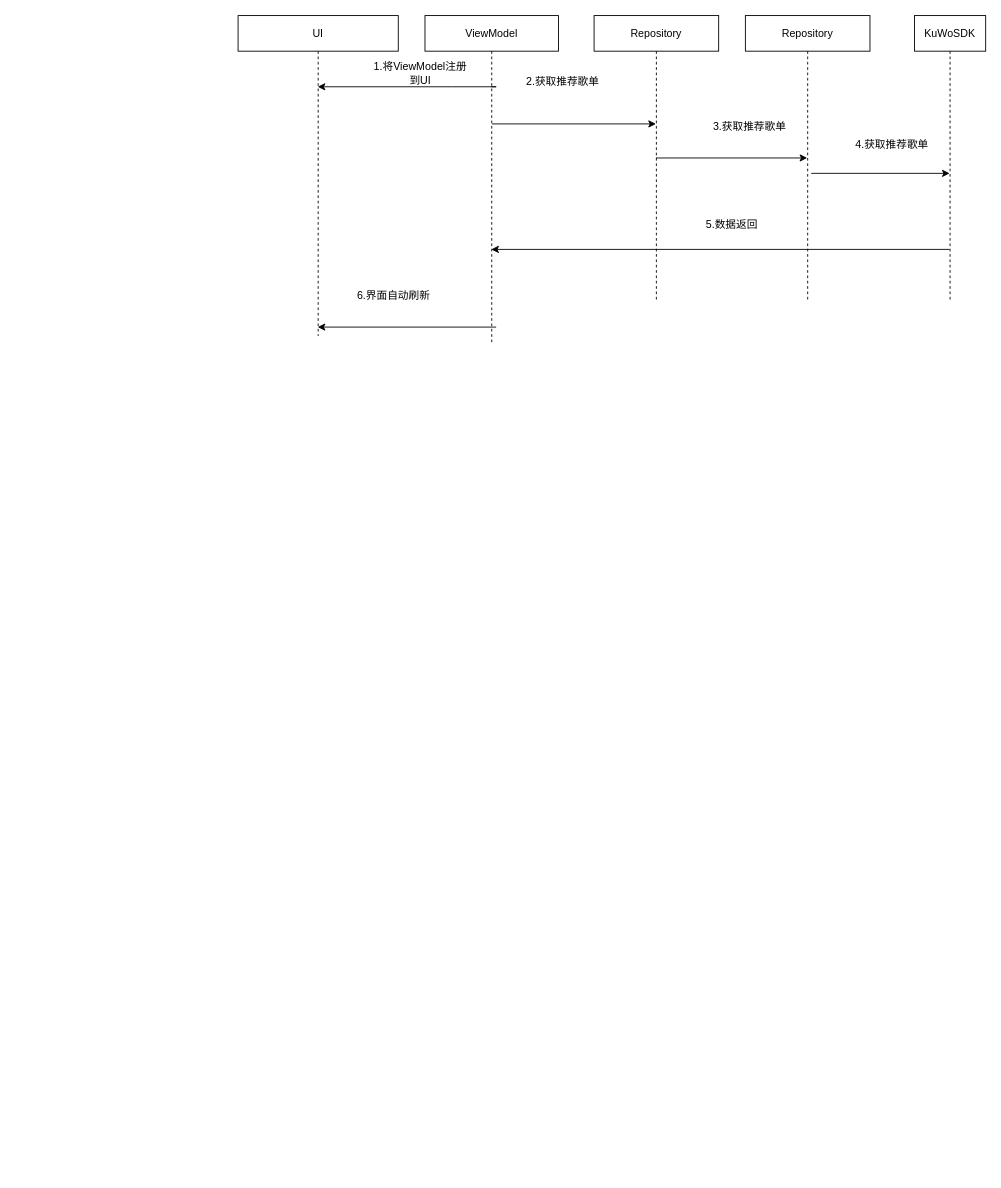
Before: Untitled Diagram.drawio in hulixia1992/lixia.hu, a draw.io diagram. Source tidied: cells renumbered, new cells numbered last; positions are measured from the earlier drawing's top-left corner, leaving out a move shared by most shapes. Both pictures are drawn from the tidied source at 89%, with x=0, y=0 at pixel (238, 15).
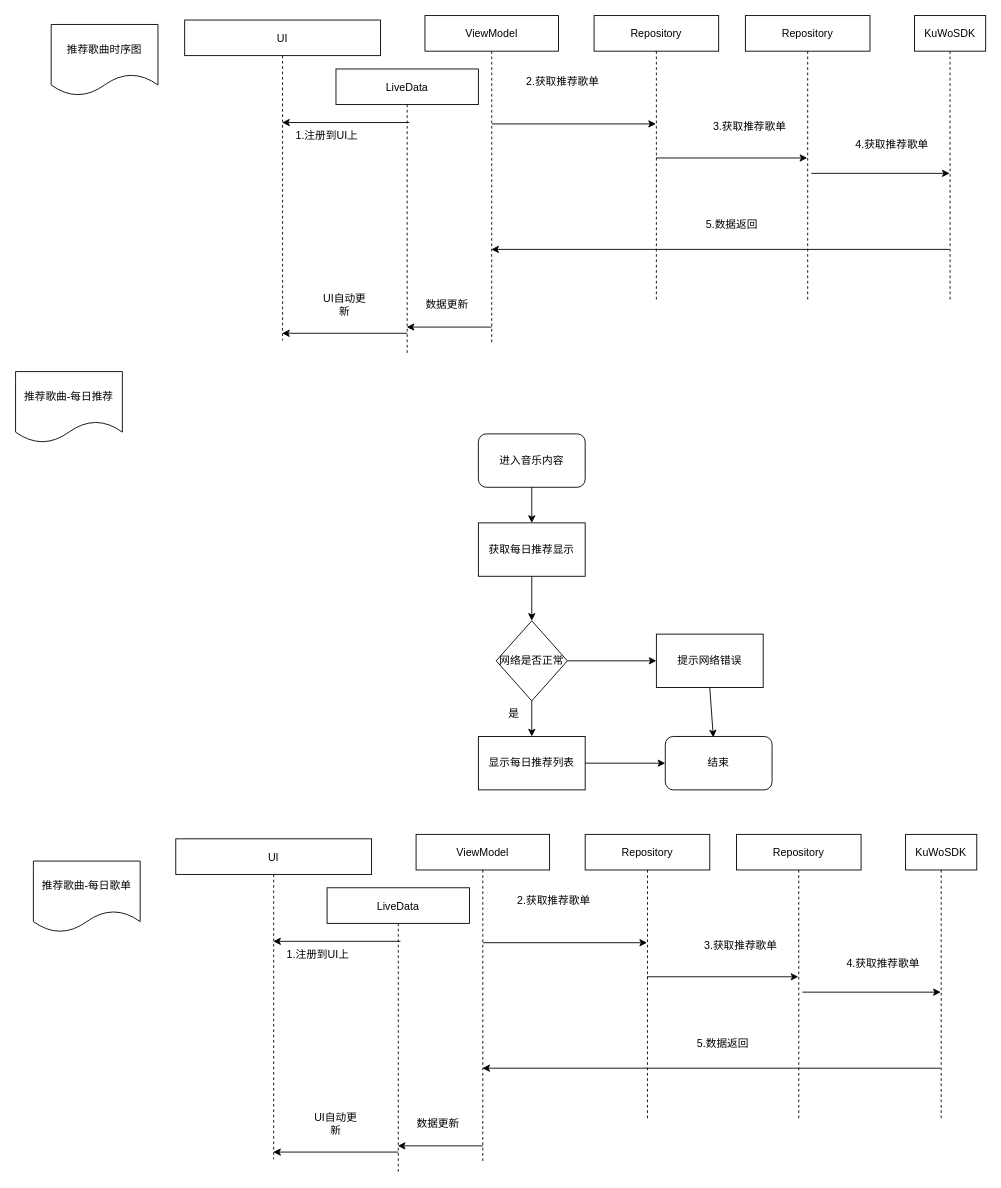
The same diagram, later.

Commit message:
添加每日歌单流程图与时序图

The change refers to these unchanged cells:
```xml
<mxCell id="5" value="ViewModel" style="shape=umlLifeline;perimeter=lifelinePerimeter;rounded=0;shadow=0;strokeWidth=1;" parent="1" vertex="1">
  <mxGeometry x="210" width="150" height="370" as="geometry" />
</mxCell>
```

The edit, as a diff of the source:
```diff
@@
     <mxCell id="2" value="UI" style="shape=umlLifeline;perimeter=lifelinePerimeter;rounded=0;shadow=0;strokeWidth=1;" parent="1" vertex="1">
-      <mxGeometry width="180" height="360" as="geometry" />
+      <mxGeometry x="-60" y="5" width="220" height="360" as="geometry" />
     </mxCell>
-    <mxCell id="3" value="1.将ViewModel注册到UI" style="text;html=1;strokeColor=none;fillColor=none;align=center;verticalAlign=middle;whiteSpace=wrap;rounded=0;" parent="2" vertex="1">
-      <mxGeometry x="150" y="50" width="110" height="30" as="geometry" />
-    </mxCell>
-    <mxCell id="4" value="6.界面自动刷新" style="text;html=1;strokeColor=none;fillColor=none;align=center;verticalAlign=middle;whiteSpace=wrap;rounded=0;" parent="2" vertex="1">
-      <mxGeometry x="130" y="300" width="90" height="30" as="geometry" />
-    </mxCell>
+    <mxCell id="19" value="1.注册到UI上" style="text;html=1;strokeColor=none;fillColor=none;align=center;verticalAlign=middle;whiteSpace=wrap;rounded=0;" parent="2" vertex="1">
+      <mxGeometry x="120" y="115" width="80" height="30" as="geometry" />
+    </mxCell>
+    <mxCell id="20" value="UI自动更新" style="text;html=1;strokeColor=none;fillColor=none;align=center;verticalAlign=middle;whiteSpace=wrap;rounded=0;" parent="2" vertex="1">
+      <mxGeometry x="150" y="305" width="60" height="30" as="geometry" />
+    </mxCell>
@@
-    <mxCell id="10" style="endArrow=classic;html=1;rounded=0;" parent="1" edge="1" source="5" target="2">
-      <mxGeometry relative="1" as="geometry">
-        <Array as="points">
-          <mxPoint x="290" y="80" />
-          <mxPoint x="240" y="80" />
-        </Array>
-      </mxGeometry>
-    </mxCell>
@@
-    <mxCell id="18" style="endArrow=classic;html=1;rounded=0;exitX=0.533;exitY=0.946;exitDx=0;exitDy=0;exitPerimeter=0;" parent="1" edge="1" source="5" target="2">
-      <mxGeometry relative="1" as="geometry" />
+    <mxCell id="18" style="endArrow=classic;html=1;rounded=0;" parent="1" edge="1" target="36">
+      <mxGeometry relative="1" as="geometry">
+        <mxPoint x="285" y="350" as="sourcePoint" />
+      </mxGeometry>
     </mxCell>
+    <mxCell id="21" value="推荐歌曲时序图" style="shape=document;whiteSpace=wrap;html=1;boundedLbl=1;" parent="1" vertex="1">
+      <mxGeometry x="-210" y="10" width="120" height="80" as="geometry" />
+    </mxCell>
+    <mxCell id="22" value="推荐歌曲-每日推荐" style="shape=document;whiteSpace=wrap;html=1;boundedLbl=1;" parent="1" vertex="1">
+      <mxGeometry x="-250" y="400" width="120" height="80" as="geometry" />
+    </mxCell>
+    <mxCell id="23" value="进入音乐内容" style="rounded=1;whiteSpace=wrap;html=1;" parent="1" vertex="1">
+      <mxGeometry x="270" y="470" width="120" height="60" as="geometry" />
+    </mxCell>
+    <mxCell id="24" value="获取每日推荐显示" style="rounded=0;whiteSpace=wrap;html=1;" parent="1" vertex="1">
+      <mxGeometry x="270" y="570" width="120" height="60" as="geometry" />
+    </mxCell>
+    <mxCell id="25" style="endArrow=classic;html=1;rounded=0;exitX=0.5;exitY=1;exitDx=0;exitDy=0;entryX=0.5;entryY=0;entryDx=0;entryDy=0;" parent="1" edge="1" source="23" target="24">
+      <mxGeometry relative="1" as="geometry" />
+    </mxCell>
+    <mxCell id="26" value="网络是否正常" style="rhombus;whiteSpace=wrap;html=1;" parent="1" vertex="1">
+      <mxGeometry x="290" y="680" width="80" height="90" as="geometry" />
+    </mxCell>
+    <mxCell id="27" style="endArrow=classic;html=1;rounded=0;exitX=0.5;exitY=1;exitDx=0;exitDy=0;" parent="1" edge="1" source="24" target="26">
+      <mxGeometry relative="1" as="geometry" />
+    </mxCell>
+    <mxCell id="28" style="endArrow=classic;html=1;rounded=0;exitX=0.5;exitY=1;exitDx=0;exitDy=0;" parent="1" edge="1" source="26">
+      <mxGeometry relative="1" as="geometry">
+        <mxPoint x="330" y="810" as="targetPoint" />
+      </mxGeometry>
+    </mxCell>
+    <mxCell id="29" value="显示每日推荐列表" style="rounded=0;whiteSpace=wrap;html=1;" parent="1" vertex="1">
+      <mxGeometry x="270" y="810" width="120" height="60" as="geometry" />
+    </mxCell>
+    <mxCell id="30" value="是" style="text;html=1;strokeColor=none;fillColor=none;align=center;verticalAlign=middle;whiteSpace=wrap;rounded=0;" parent="1" vertex="1">
+      <mxGeometry x="280" y="770" width="60" height="30" as="geometry" />
+    </mxCell>
+    <mxCell id="31" style="endArrow=classic;html=1;rounded=0;exitX=1;exitY=0.5;exitDx=0;exitDy=0;" parent="1" edge="1" source="26">
+      <mxGeometry relative="1" as="geometry">
+        <mxPoint x="470" y="725" as="targetPoint" />
+      </mxGeometry>
+    </mxCell>
+    <mxCell id="32" value="提示网络错误" style="rounded=0;whiteSpace=wrap;html=1;" parent="1" vertex="1">
+      <mxGeometry x="470" y="695" width="120" height="60" as="geometry" />
+    </mxCell>
+    <mxCell id="33" value="结束" style="rounded=1;whiteSpace=wrap;html=1;" parent="1" vertex="1">
+      <mxGeometry x="480" y="810" width="120" height="60" as="geometry" />
+    </mxCell>
+    <mxCell id="34" style="endArrow=classic;html=1;rounded=0;exitX=1;exitY=0.5;exitDx=0;exitDy=0;entryX=0;entryY=0.5;entryDx=0;entryDy=0;" parent="1" edge="1" source="29" target="33">
+      <mxGeometry relative="1" as="geometry" />
+    </mxCell>
+    <mxCell id="35" style="endArrow=classic;html=1;rounded=0;exitX=0.5;exitY=1;exitDx=0;exitDy=0;entryX=0.45;entryY=0.017;entryDx=0;entryDy=0;entryPerimeter=0;" parent="1" edge="1" source="32" target="33">
+      <mxGeometry relative="1" as="geometry" />
+    </mxCell>
+    <mxCell id="36" value="LiveData" style="shape=umlLifeline;perimeter=lifelinePerimeter;rounded=0;shadow=0;strokeWidth=1;" parent="1" vertex="1">
+      <mxGeometry x="110" y="60" width="160" height="320" as="geometry" />
+    </mxCell>
+    <mxCell id="4" value="数据更新" style="text;html=1;strokeColor=none;fillColor=none;align=center;verticalAlign=middle;whiteSpace=wrap;rounded=0;" parent="36" vertex="1">
+      <mxGeometry x="80" y="250" width="90" height="30" as="geometry" />
+    </mxCell>
+    <mxCell id="37" style="endArrow=classic;html=1;rounded=0;exitX=0.515;exitY=0.188;exitDx=0;exitDy=0;exitPerimeter=0;" parent="1" edge="1" source="36" target="2">
+      <mxGeometry relative="1" as="geometry" />
+    </mxCell>
+    <mxCell id="38" style="endArrow=classic;html=1;rounded=0;exitX=0.5;exitY=0.928;exitDx=0;exitDy=0;exitPerimeter=0;" parent="1" edge="1" source="36" target="2">
+      <mxGeometry relative="1" as="geometry" />
+    </mxCell>
+    <mxCell id="39" value="UI" style="shape=umlLifeline;perimeter=lifelinePerimeter;rounded=0;shadow=0;strokeWidth=1;" parent="1" vertex="1">
+      <mxGeometry x="-70" y="925" width="220" height="360" as="geometry" />
+    </mxCell>
+    <mxCell id="40" value="1.注册到UI上" style="text;html=1;strokeColor=none;fillColor=none;align=center;verticalAlign=middle;whiteSpace=wrap;rounded=0;" parent="39" vertex="1">
+      <mxGeometry x="120" y="115" width="80" height="30" as="geometry" />
+    </mxCell>
+    <mxCell id="41" value="UI自动更新" style="text;html=1;strokeColor=none;fillColor=none;align=center;verticalAlign=middle;whiteSpace=wrap;rounded=0;" parent="39" vertex="1">
+      <mxGeometry x="150" y="305" width="60" height="30" as="geometry" />
+    </mxCell>
+    <mxCell id="42" value="ViewModel" style="shape=umlLifeline;perimeter=lifelinePerimeter;rounded=0;shadow=0;strokeWidth=1;" parent="1" vertex="1">
+      <mxGeometry x="200" y="920" width="150" height="370" as="geometry" />
+    </mxCell>
+    <mxCell id="43" value="2.获取推荐歌单" style="text;html=1;strokeColor=none;fillColor=none;align=center;verticalAlign=middle;whiteSpace=wrap;rounded=0;" parent="42" vertex="1">
+      <mxGeometry x="110" y="60" width="90" height="30" as="geometry" />
+    </mxCell>
+    <mxCell id="44" value="Repository" style="shape=umlLifeline;perimeter=lifelinePerimeter;rounded=0;shadow=0;strokeWidth=1;" parent="1" vertex="1">
+      <mxGeometry x="390" y="920" width="140" height="320" as="geometry" />
+    </mxCell>
+    <mxCell id="45" value="Repository" style="shape=umlLifeline;perimeter=lifelinePerimeter;rounded=0;shadow=0;strokeWidth=1;" parent="1" vertex="1">
+      <mxGeometry x="560" y="920" width="140" height="320" as="geometry" />
+    </mxCell>
+    <mxCell id="46" value="KuWoSDK" style="shape=umlLifeline;perimeter=lifelinePerimeter;rounded=0;shadow=0;strokeWidth=1;" parent="1" vertex="1">
+      <mxGeometry x="750" y="920" width="80" height="320" as="geometry" />
+    </mxCell>
+    <mxCell id="47" style="endArrow=classic;html=1;rounded=0;exitX=0.502;exitY=0.329;exitDx=0;exitDy=0;exitPerimeter=0;" parent="1" edge="1" source="42" target="44">
+      <mxGeometry relative="1" as="geometry" />
+    </mxCell>
+    <mxCell id="48" style="endArrow=classic;html=1;rounded=0;" parent="1" edge="1" source="44" target="45">
+      <mxGeometry relative="1" as="geometry" />
+    </mxCell>
+    <mxCell id="49" value="3.获取推荐歌单" style="text;html=1;strokeColor=none;fillColor=none;align=center;verticalAlign=middle;whiteSpace=wrap;rounded=0;" parent="1" vertex="1">
+      <mxGeometry x="520" y="1030" width="90" height="30" as="geometry" />
+    </mxCell>
+    <mxCell id="50" value="4.获取推荐歌单" style="text;html=1;strokeColor=none;fillColor=none;align=center;verticalAlign=middle;whiteSpace=wrap;rounded=0;" parent="1" vertex="1">
+      <mxGeometry x="680" y="1050" width="90" height="30" as="geometry" />
+    </mxCell>
+    <mxCell id="51" style="endArrow=classic;html=1;rounded=0;exitX=0.529;exitY=0.554;exitDx=0;exitDy=0;exitPerimeter=0;" parent="1" edge="1" source="45" target="46">
+      <mxGeometry relative="1" as="geometry" />
+    </mxCell>
+    <mxCell id="52" style="endArrow=classic;html=1;rounded=0;exitX=0.492;exitY=0.821;exitDx=0;exitDy=0;exitPerimeter=0;" parent="1" edge="1" source="46" target="42">
+      <mxGeometry relative="1" as="geometry" />
+    </mxCell>
+    <mxCell id="53" value="5.数据返回" style="text;html=1;strokeColor=none;fillColor=none;align=center;verticalAlign=middle;whiteSpace=wrap;rounded=0;" parent="1" vertex="1">
+      <mxGeometry x="500" y="1140" width="90" height="30" as="geometry" />
+    </mxCell>
+    <mxCell id="54" style="endArrow=classic;html=1;rounded=0;" parent="1" edge="1" target="55">
+      <mxGeometry relative="1" as="geometry">
+        <mxPoint x="275" y="1270" as="sourcePoint" />
+      </mxGeometry>
+    </mxCell>
+    <mxCell id="55" value="LiveData" style="shape=umlLifeline;perimeter=lifelinePerimeter;rounded=0;shadow=0;strokeWidth=1;" parent="1" vertex="1">
+      <mxGeometry x="100" y="980" width="160" height="320" as="geometry" />
+    </mxCell>
+    <mxCell id="56" value="数据更新" style="text;html=1;strokeColor=none;fillColor=none;align=center;verticalAlign=middle;whiteSpace=wrap;rounded=0;" parent="55" vertex="1">
+      <mxGeometry x="80" y="250" width="90" height="30" as="geometry" />
+    </mxCell>
+    <mxCell id="57" style="endArrow=classic;html=1;rounded=0;exitX=0.515;exitY=0.188;exitDx=0;exitDy=0;exitPerimeter=0;" parent="1" edge="1" source="55" target="39">
+      <mxGeometry relative="1" as="geometry" />
+    </mxCell>
+    <mxCell id="58" style="endArrow=classic;html=1;rounded=0;exitX=0.5;exitY=0.928;exitDx=0;exitDy=0;exitPerimeter=0;" parent="1" edge="1" source="55" target="39">
+      <mxGeometry relative="1" as="geometry" />
+    </mxCell>
+    <mxCell id="59" value="推荐歌曲-每日歌单" style="shape=document;whiteSpace=wrap;html=1;boundedLbl=1;" parent="1" vertex="1">
+      <mxGeometry x="-230" y="950" width="120" height="80" as="geometry" />
+    </mxCell>
```
